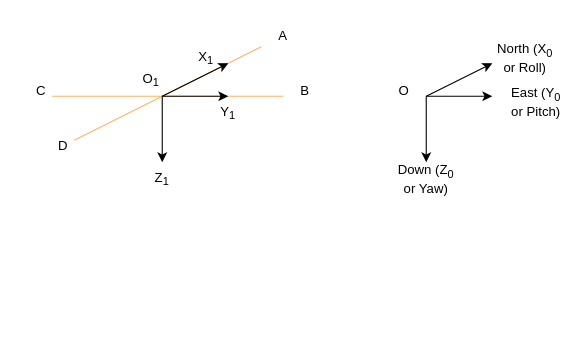
Above: quad-simulation/quad_sim.drawio in chobbs1/flight-stack (draw.io), before the change. Source tidied: cells renumbered, new cells numbered last; positions are measured from the earlier drawing's top-left corner, leaving out a move shared by most shapes. Both pictures are drawn from the tidied source at 110%, with x=0, y=0 at pixel (19, 19).
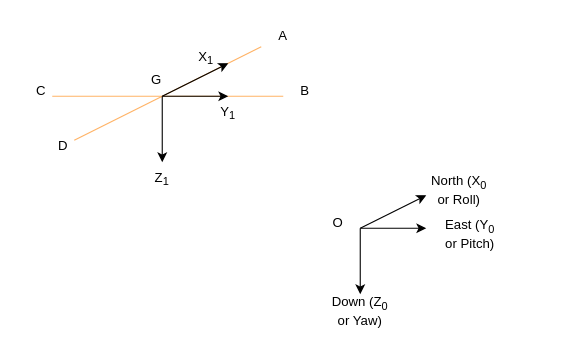
After the change.

What changed in the source:
```diff
@@
     <mxCell id="10" style="endArrow=classic;html=1;" parent="1" edge="1">
       <mxGeometry relative="1" as="geometry">
-        <mxPoint x="370" y="70" as="sourcePoint" />
-        <mxPoint x="370" y="130" as="targetPoint" />
+        <mxPoint x="310" y="190" as="sourcePoint" />
+        <mxPoint x="310" y="250" as="targetPoint" />
       </mxGeometry>
     </mxCell>
     <mxCell id="11" style="endArrow=classic;html=1;" parent="1" edge="1">
       <mxGeometry relative="1" as="geometry">
-        <mxPoint x="370" y="70" as="sourcePoint" />
-        <mxPoint x="430" y="70" as="targetPoint" />
+        <mxPoint x="310" y="190" as="sourcePoint" />
+        <mxPoint x="370" y="190" as="targetPoint" />
       </mxGeometry>
     </mxCell>
     <mxCell id="12" style="endArrow=classic;html=1;" parent="1" edge="1">
       <mxGeometry relative="1" as="geometry">
-        <mxPoint x="370" y="70" as="sourcePoint" />
-        <mxPoint x="430" y="40" as="targetPoint" />
+        <mxPoint x="310" y="190" as="sourcePoint" />
+        <mxPoint x="370" y="160" as="targetPoint" />
       </mxGeometry>
     </mxCell>
@@
     <mxCell id="16" value="Down (Z&lt;sub&gt;0&lt;/sub&gt; or Yaw)" style="text;html=1;strokeColor=none;fillColor=none;align=center;verticalAlign=middle;whiteSpace=wrap;rounded=0;" parent="1" vertex="1">
-      <mxGeometry x="340" y="130" width="60" height="30" as="geometry" />
+      <mxGeometry x="280" y="250" width="60" height="30" as="geometry" />
     </mxCell>
     <mxCell id="17" value="North (X&lt;sub&gt;0&lt;/sub&gt; or Roll)" style="text;html=1;strokeColor=none;fillColor=none;align=center;verticalAlign=middle;whiteSpace=wrap;rounded=0;" parent="1" vertex="1">
-      <mxGeometry x="430" y="20" width="60" height="30" as="geometry" />
+      <mxGeometry x="370" y="140" width="60" height="30" as="geometry" />
     </mxCell>
     <mxCell id="18" value="East (Y&lt;sub&gt;0&lt;/sub&gt; or Pitch)" style="text;html=1;strokeColor=none;fillColor=none;align=center;verticalAlign=middle;whiteSpace=wrap;rounded=0;" parent="1" vertex="1">
-      <mxGeometry x="440" y="60" width="60" height="30" as="geometry" />
+      <mxGeometry x="380" y="180" width="60" height="30" as="geometry" />
     </mxCell>
     <mxCell id="19" value="O" style="text;html=1;strokeColor=none;fillColor=none;align=center;verticalAlign=middle;whiteSpace=wrap;rounded=0;" parent="1" vertex="1">
-      <mxGeometry x="330" y="50" width="40" height="30" as="geometry" />
+      <mxGeometry x="270" y="170" width="40" height="30" as="geometry" />
     </mxCell>
-    <mxCell id="20" value="O&lt;sub&gt;1&lt;/sub&gt;" style="text;html=1;strokeColor=none;fillColor=none;align=center;verticalAlign=middle;whiteSpace=wrap;rounded=0;" parent="1" vertex="1">
-      <mxGeometry x="100" y="40" width="40" height="30" as="geometry" />
+    <mxCell id="20" value="G" style="text;html=1;strokeColor=none;fillColor=none;align=center;verticalAlign=middle;whiteSpace=wrap;rounded=0;" parent="1" vertex="1">
+      <mxGeometry x="105" y="40" width="40" height="30" as="geometry" />
     </mxCell>
```
